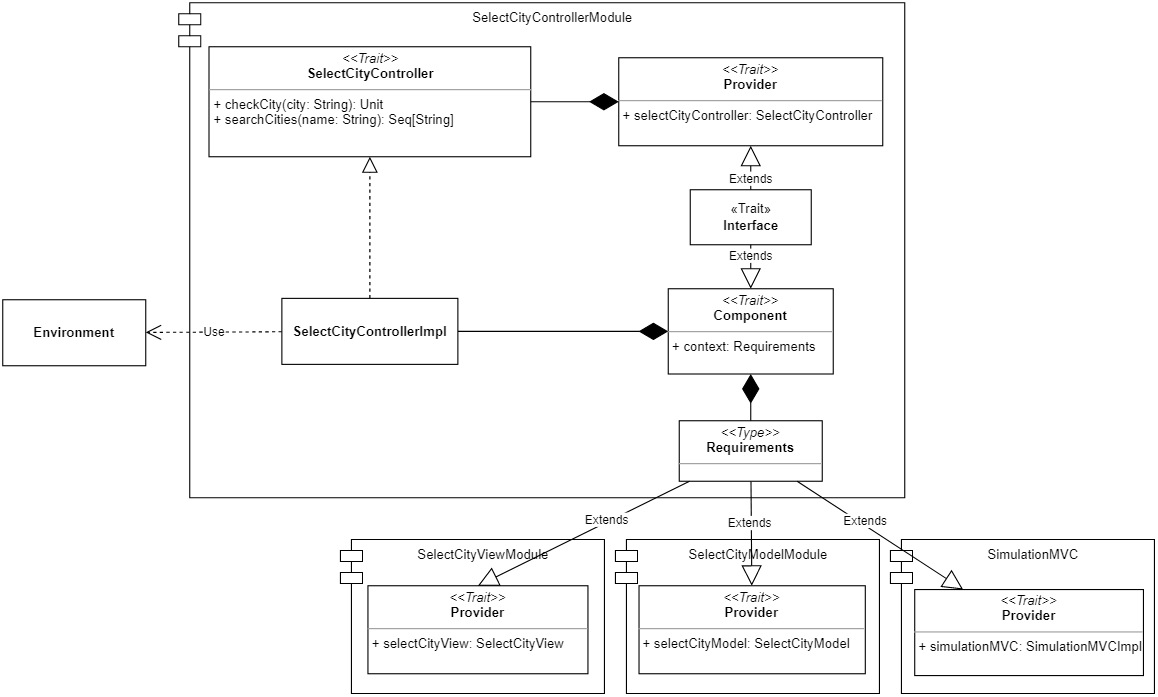
This is docs/img/select_city_controller.png from AnnaVitali/PPS-22-smartgh, a draw.io export, as it was before one commit. Source tidied: cells renumbered, new cells last; positions are measured from the earlier drawing's top-left corner, leaving out a move shared by most shapes.
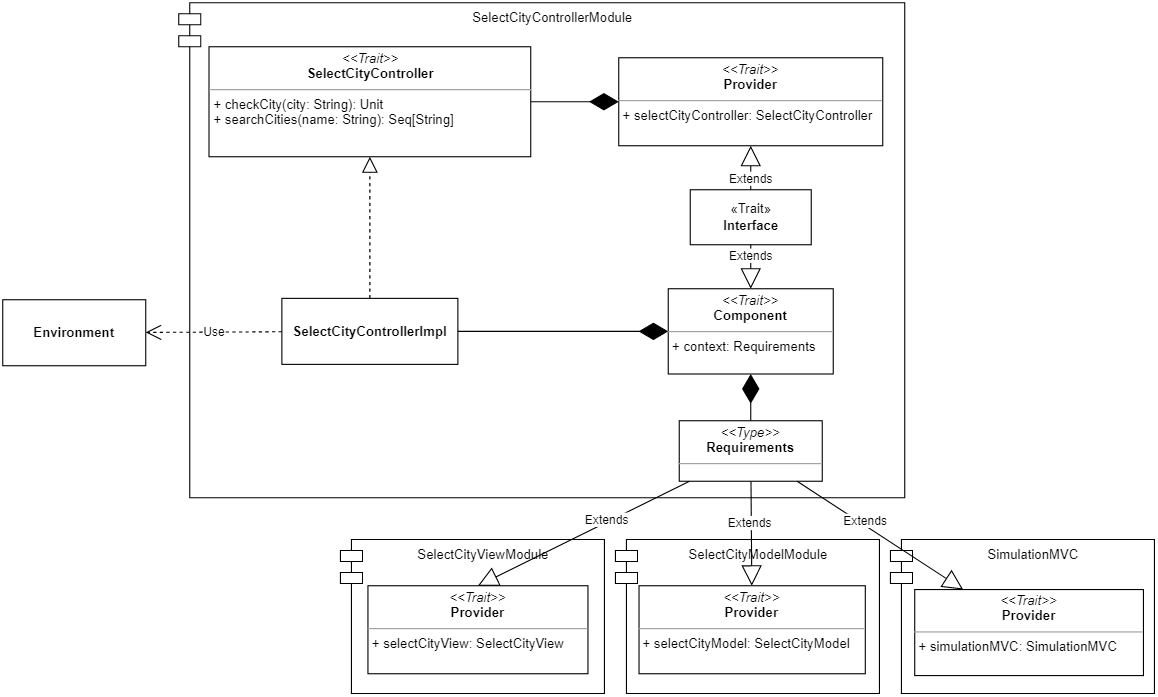
After the change.

Diff of the diagram source:
```diff
@@ -68,7 +68,7 @@
     <mxCell id="23" value="SimulationMVC" style="shape=module;align=left;spacingLeft=20;align=center;verticalAlign=top;fillColor=none;" parent="1" vertex="1">
       <mxGeometry x="807" y="488" width="240" height="140" as="geometry" />
     </mxCell>
-    <mxCell id="24" value="&lt;p style=&quot;margin:0px;margin-top:4px;text-align:center;&quot;&gt;&lt;i&gt;&amp;lt;&amp;lt;Trait&amp;gt;&amp;gt;&lt;/i&gt;&lt;br&gt;&lt;b&gt;Provider&lt;/b&gt;&lt;br&gt;&lt;/p&gt;&lt;hr size=&quot;1&quot;&gt;&lt;p style=&quot;margin:0px;margin-left:4px;&quot;&gt;+ simulationMVC: SimulationMVCImpl&lt;br&gt;&lt;/p&gt;" style="verticalAlign=top;align=left;overflow=fill;fontSize=12;fontFamily=Helvetica;html=1;fillColor=default;" parent="1" vertex="1">
+    <mxCell id="24" value="&lt;p style=&quot;margin:0px;margin-top:4px;text-align:center;&quot;&gt;&lt;i&gt;&amp;lt;&amp;lt;Trait&amp;gt;&amp;gt;&lt;/i&gt;&lt;br&gt;&lt;b&gt;Provider&lt;/b&gt;&lt;br&gt;&lt;/p&gt;&lt;hr size=&quot;1&quot;&gt;&lt;p style=&quot;margin:0px;margin-left:4px;&quot;&gt;+ simulationMVC: SimulationMVC&lt;br&gt;&lt;/p&gt;" style="verticalAlign=top;align=left;overflow=fill;fontSize=12;fontFamily=Helvetica;html=1;fillColor=default;" parent="1" vertex="1">
       <mxGeometry x="829.1" y="533.4" width="207.9" height="78.2" as="geometry" />
     </mxCell>
     <mxCell id="25" value="Use" style="endArrow=open;endSize=12;dashed=1;html=1;rounded=0;strokeWidth=1;" parent="1" edge="1" source="20" target="26">
```
